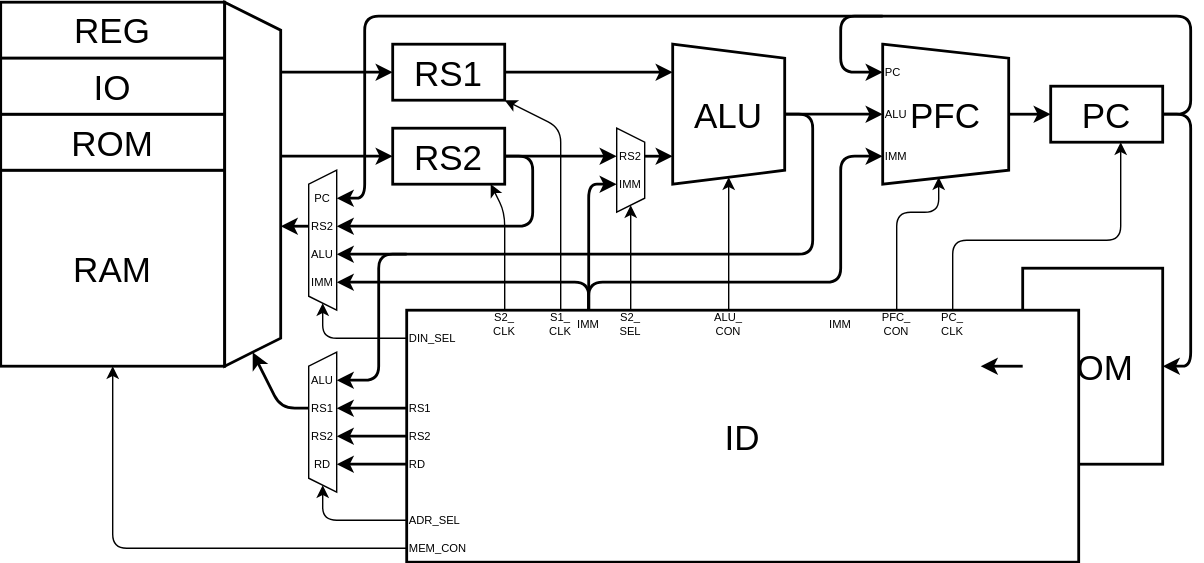
This is Lab/Computer/Micon/01_CPU/img/arch.dio.svg from amane-uehara/kanade-k-1228.github.io, a draw.io export, as it was before one commit. Source tidied: cells renumbered, new cells last; positions are measured from the earlier drawing's top-left corner, leaving out a move shared by most shapes.
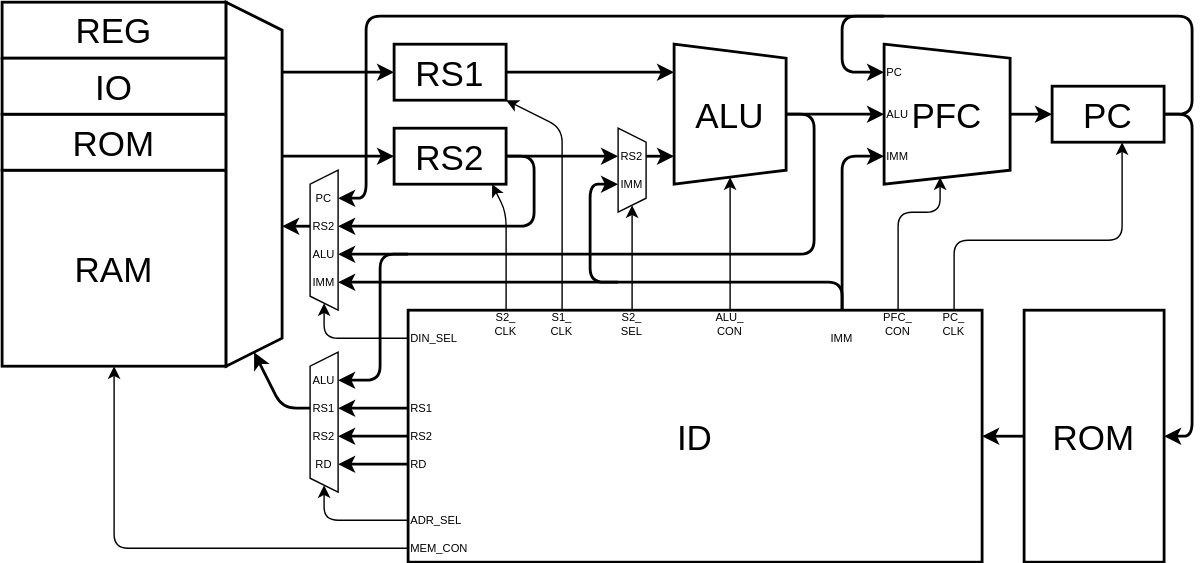
Above is the later version.

The edit, as a diff of the source:
```diff
@@ -9,13 +9,13 @@
       <mxGeometry x="220" y="250" width="20" height="100" as="geometry" />
     </mxCell>
     <mxCell id="4" value="ROM" style="rounded=0;whiteSpace=wrap;html=1;fontSize=25;strokeWidth=2;" parent="1" vertex="1">
-      <mxGeometry x="730" y="190" width="100" height="140" as="geometry" />
+      <mxGeometry x="730" y="220" width="100" height="180" as="geometry" />
     </mxCell>
     <mxCell id="5" value="RAM" style="rounded=0;whiteSpace=wrap;html=1;fontSize=25;strokeWidth=2;" parent="1" vertex="1">
       <mxGeometry y="120" width="160" height="140" as="geometry" />
     </mxCell>
     <mxCell id="6" value="ID" style="rounded=0;whiteSpace=wrap;html=1;fontSize=25;strokeWidth=2;" parent="1" vertex="1">
-      <mxGeometry x="290" y="220" width="480" height="180" as="geometry" />
+      <mxGeometry x="290" y="220" width="410" height="180" as="geometry" />
     </mxCell>
     <mxCell id="7" value="REG" style="rounded=0;whiteSpace=wrap;html=1;fontSize=25;strokeWidth=2;" parent="1" vertex="1">
       <mxGeometry width="160" height="40" as="geometry" />
@@ -49,8 +49,8 @@
     </mxCell>
     <mxCell id="13" style="endArrow=classic;html=1;fontSize=25;strokeWidth=2;" parent="1" edge="1">
       <mxGeometry relative="1" as="geometry">
-        <mxPoint x="730" y="260" as="sourcePoint" />
-        <mxPoint x="700" y="260" as="targetPoint" />
+        <mxPoint x="730" y="310" as="sourcePoint" />
+        <mxPoint x="700" y="310" as="targetPoint" />
       </mxGeometry>
     </mxCell>
     <mxCell id="14" style="endArrow=classic;html=1;fontSize=25;strokeWidth=2;" parent="1" edge="1">
@@ -76,18 +76,19 @@
     <mxCell id="16" style="endArrow=classic;html=1;fontSize=25;startArrow=none;startFill=0;strokeWidth=2;" parent="1" edge="1">
       <mxGeometry relative="1" as="geometry">
         <mxPoint x="830" y="80" as="sourcePoint" />
-        <mxPoint x="830" y="260" as="targetPoint" />
+        <mxPoint x="830" y="310" as="targetPoint" />
         <Array as="points">
           <mxPoint x="850" y="80" />
-          <mxPoint x="850" y="260" />
+          <mxPoint x="850" y="310" />
         </Array>
       </mxGeometry>
     </mxCell>
     <mxCell id="17" style="endArrow=classic;html=1;fontSize=25;startArrow=none;startFill=0;strokeWidth=2;" parent="1" edge="1">
       <mxGeometry relative="1" as="geometry">
-        <mxPoint x="420" y="220" as="sourcePoint" />
+        <mxPoint x="440" y="200" as="sourcePoint" />
         <mxPoint x="440" y="130" as="targetPoint" />
         <Array as="points">
+          <mxPoint x="420" y="200" />
           <mxPoint x="420" y="130" />
         </Array>
       </mxGeometry>
@@ -125,11 +126,9 @@
     </mxCell>
     <mxCell id="22" style="endArrow=classic;html=1;fontSize=25;startArrow=none;startFill=0;strokeWidth=2;" parent="1" edge="1">
       <mxGeometry relative="1" as="geometry">
-        <mxPoint x="420" y="220" as="sourcePoint" />
+        <mxPoint x="600" y="220" as="sourcePoint" />
         <mxPoint x="630" y="110" as="targetPoint" />
         <Array as="points">
-          <mxPoint x="420" y="200" />
-          <mxPoint x="600" y="200" />
           <mxPoint x="600" y="110" />
         </Array>
       </mxGeometry>
@@ -157,7 +156,7 @@
       </mxGeometry>
     </mxCell>
     <mxCell id="26" value="IMM" style="text;html=1;strokeColor=none;fillColor=none;align=center;verticalAlign=middle;whiteSpace=wrap;rounded=0;rotation=0;fontSize=8;" parent="1" vertex="1">
-      <mxGeometry x="590" y="220" width="20" height="20" as="geometry" />
+      <mxGeometry x="590" y="230" width="20" height="20" as="geometry" />
     </mxCell>
     <mxCell id="27" value="S2_&lt;br&gt;SEL" style="text;html=1;strokeColor=none;fillColor=none;align=center;verticalAlign=middle;whiteSpace=wrap;rounded=0;rotation=0;fontSize=8;" parent="1" vertex="1">
       <mxGeometry x="440" y="220" width="20" height="20" as="geometry" />
@@ -326,9 +325,6 @@
         </Array>
       </mxGeometry>
     </mxCell>
-    <mxCell id="62" value="IMM" style="text;html=1;strokeColor=none;fillColor=none;align=center;verticalAlign=middle;whiteSpace=wrap;rounded=0;rotation=0;fontSize=8;" parent="1" vertex="1">
-      <mxGeometry x="410" y="220" width="20" height="20" as="geometry" />
-    </mxCell>
     <mxCell id="63" value="DIN_SEL" style="text;html=1;strokeColor=none;fillColor=none;align=left;verticalAlign=middle;whiteSpace=wrap;rounded=0;rotation=0;fontSize=8;" parent="1" vertex="1">
       <mxGeometry x="290" y="230" width="20" height="20" as="geometry" />
     </mxCell>
@@ -346,10 +342,10 @@
     </mxCell>
     <mxCell id="68" style="endArrow=classic;html=1;fontSize=25;startArrow=none;startFill=0;strokeWidth=2;" parent="1" edge="1">
       <mxGeometry relative="1" as="geometry">
-        <mxPoint x="420" y="220" as="sourcePoint" />
+        <mxPoint x="600" y="220" as="sourcePoint" />
         <mxPoint x="240" y="200" as="targetPoint" />
         <Array as="points">
-          <mxPoint x="420" y="200" />
+          <mxPoint x="600" y="200" />
         </Array>
       </mxGeometry>
     </mxCell>
```
